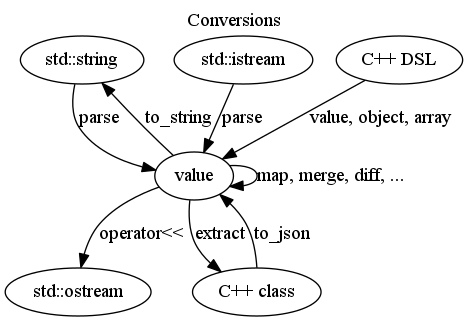
The Graphviz diagram doc/conversions.png in tgockel/json-voorhees, before a commit. Its source is kept beside it as doc/conversions.dot.
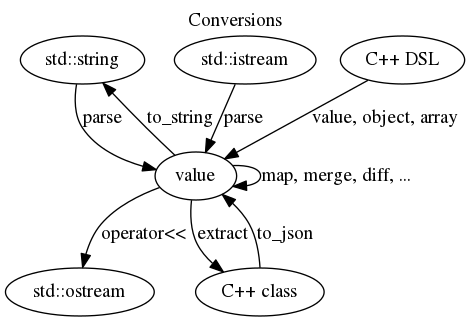
The same diagram one commit later.

Commit message:
Doxygen: Adds references in the conversions document.

The edit, as a diff of the source:
```diff
@@ -9,12 +9,12 @@
   class   [label="C++ class"]
   dsl     [label="C++ DSL"]
 
-  value   -> str     [label="to_string"]
+  value   -> str     [label="to_string", URL="\ref jsonv::to_string(jsonv::value)"]
   value   -> ostream [label="operator<<"]
-  str     -> value   [label="parse"]
-  istream -> value   [label="parse"]
+  str     -> value   [label="parse", URL="\ref jsonv::parse"]
+  istream -> value   [label="parse", URL="\ref jsonv::parse"]
   value   -> value   [label="map, merge, diff, ..."]
-  value   -> class   [label="extract"]
-  class   -> value   [label="to_json"]
+  value   -> class   [label="extract", URL="\ref jsonv::extract"]
+  class   -> value   [label="to_json", URL="\ref jsonv::to_json"]
   dsl     -> value   [label="value, object, array"]
 }
```
